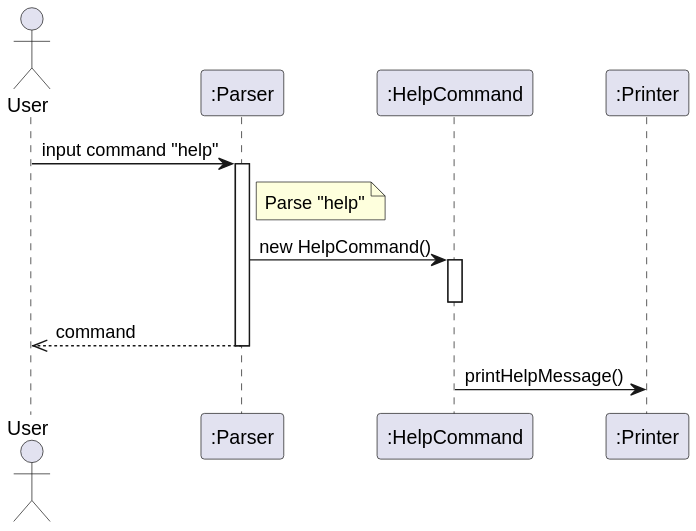
Earlier version of the PlantUML export docs/diagrams/help.svg (timothyloh0523/tp). Its diagram source:
```plantuml
@startuml
actor User
participant Parser as ":Parser"
participant HelpCommand as ":HelpCommand"
participant Printer as ":Printer"

User -> Parser: input command "help"
activate Parser

note right of Parser: Parse "help"
Parser -> HelpCommand: new HelpCommand()
activate HelpCommand
deactivate HelpCommand
Parser -->> User: command
deactivate Parser

HelpCommand -> Printer: printHelpMessage()
@enduml
```
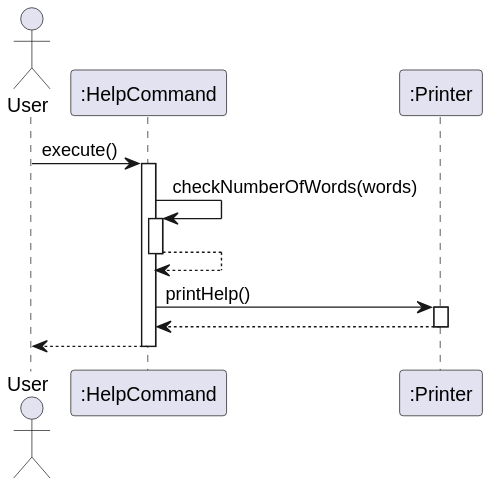
After the commit.

The edit, as a diff of the source:
```diff
@@ -1,18 +1,21 @@
 @startuml
-actor User
-participant Parser as ":Parser"
+actor User as User
 participant HelpCommand as ":HelpCommand"
 participant Printer as ":Printer"
 
-User -> Parser: input command "help"
-activate Parser
+User -> HelpCommand: execute()
+activate HelpCommand
 
-note right of Parser: Parse "help"
-Parser -> HelpCommand: new HelpCommand()
+
+HelpCommand -> HelpCommand: checkNumberOfWords(words)
 activate HelpCommand
+HelpCommand --> HelpCommand
 deactivate HelpCommand
-Parser -->> User: command
-deactivate Parser
 
-HelpCommand -> Printer: printHelpMessage()
+HelpCommand -> Printer: printHelp()
+activate Printer
+Printer --> HelpCommand
+deactivate Printer
+HelpCommand --> User
+deactivate HelpCommand
 @enduml
```
